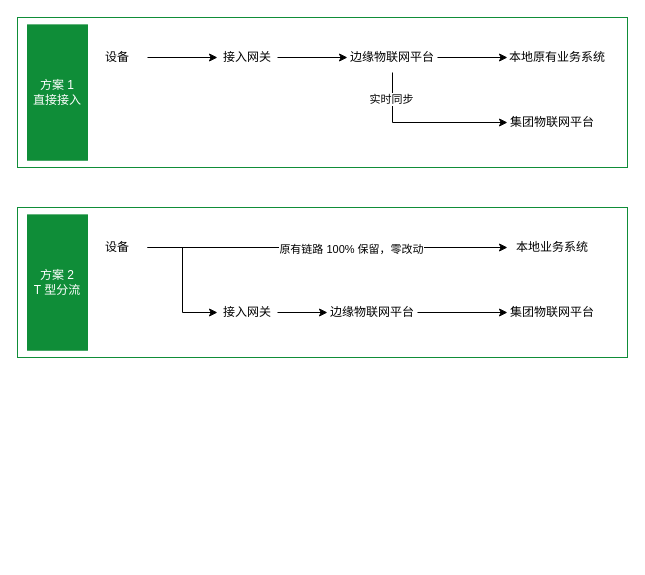
Before: 物联网平台数据接入方案.drawio in kerwin58/drawio, a draw.io diagram. Source tidied: cells renumbered, new cells numbered last; positions are measured from the earlier drawing's top-left corner, leaving out a move shared by most shapes. Both pictures are drawn from the tidied source at 100%, with x=0, y=0 at pixel (17, 17).
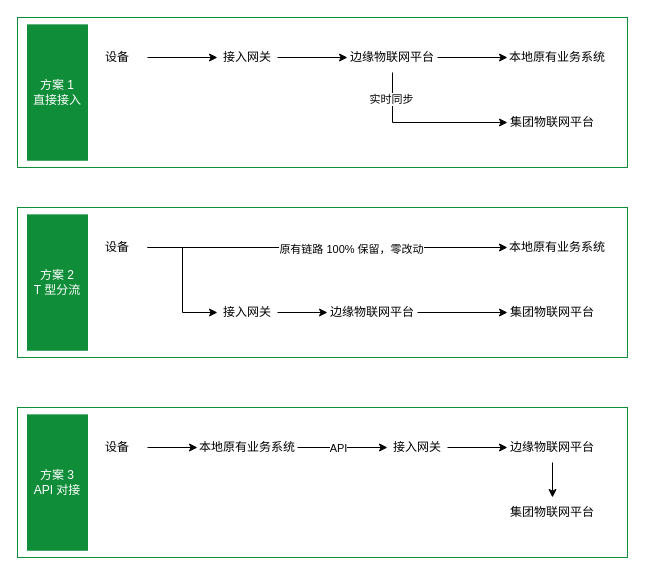
After the change.

Commit message (it also covers changes not shown here):
更新物联网平台数据接入方案.drawio

What changed in the source:
```diff
@@
-    <mxCell id="24" value="本地业务系统" style="text;html=1;whiteSpace=wrap;strokeColor=none;fillColor=none;align=center;verticalAlign=middle;rounded=0;" parent="1" vertex="1">
-      <mxGeometry x="490" y="215" width="90" height="30" as="geometry" />
+    <mxCell id="24" value="本地原有&lt;span style=&quot;background-color: transparent; color: light-dark(rgb(0, 0, 0), rgb(255, 255, 255));&quot;&gt;业务系统&lt;/span&gt;" style="text;html=1;whiteSpace=wrap;strokeColor=none;fillColor=none;align=center;verticalAlign=middle;rounded=0;" parent="1" vertex="1">
+      <mxGeometry x="490" y="215" width="100" height="30" as="geometry" />
     </mxCell>
@@
+    <mxCell id="26" style="rounded=0;whiteSpace=wrap;html=1;strokeColor=#0F8D38;" parent="1" vertex="1">
+      <mxGeometry y="390" width="610" height="150" as="geometry" />
+    </mxCell>
+    <mxCell id="27" value="方案 3&lt;br&gt;API 对接" style="rounded=0;whiteSpace=wrap;html=1;fillColor=#0F8D38;strokeColor=#0F8D38;fontColor=#FFFFFF;" parent="1" vertex="1">
+      <mxGeometry x="10" y="397.4" width="60" height="135.3" as="geometry" />
+    </mxCell>
+    <mxCell id="28" style="edgeStyle=orthogonalEdgeStyle;rounded=0;jettySize=auto;html=1;exitX=1;exitY=0.5;exitDx=0;exitDy=0;entryX=0;entryY=0.5;entryDx=0;entryDy=0;" parent="1" edge="1" source="29" target="36">
+      <mxGeometry relative="1" as="geometry" />
+    </mxCell>
+    <mxCell id="29" value="设备" style="text;html=1;whiteSpace=wrap;strokeColor=none;fillColor=none;align=center;verticalAlign=middle;rounded=0;" parent="1" vertex="1">
+      <mxGeometry x="70" y="415" width="60" height="30" as="geometry" />
+    </mxCell>
+    <mxCell id="30" style="edgeStyle=orthogonalEdgeStyle;rounded=0;jettySize=auto;html=1;" parent="1" edge="1" source="31" target="33">
+      <mxGeometry relative="1" as="geometry" />
+    </mxCell>
+    <mxCell id="31" value="接入网关" style="text;html=1;whiteSpace=wrap;strokeColor=none;fillColor=none;align=center;verticalAlign=middle;rounded=0;" parent="1" vertex="1">
+      <mxGeometry x="370" y="415" width="60" height="30" as="geometry" />
+    </mxCell>
+    <mxCell id="32" style="edgeStyle=orthogonalEdgeStyle;rounded=0;jettySize=auto;html=1;entryX=0.5;entryY=0;entryDx=0;entryDy=0;exitX=0.5;exitY=1;exitDx=0;exitDy=0;" parent="1" edge="1" source="33" target="37">
+      <mxGeometry relative="1" as="geometry" />
+    </mxCell>
+    <mxCell id="33" value="边缘物联网平台" style="text;html=1;whiteSpace=wrap;strokeColor=none;fillColor=none;align=center;verticalAlign=middle;rounded=0;" parent="1" vertex="1">
+      <mxGeometry x="490" y="415" width="90" height="30" as="geometry" />
+    </mxCell>
+    <mxCell id="34" style="edgeStyle=orthogonalEdgeStyle;rounded=0;jettySize=auto;html=1;entryX=0;entryY=0.5;entryDx=0;entryDy=0;" parent="1" edge="1" source="36" target="31">
+      <mxGeometry relative="1" as="geometry" />
+    </mxCell>
+    <mxCell id="35" value="API" style="edgeLabel;html=1;align=center;verticalAlign=middle;" parent="34" vertex="1">
+      <mxGeometry x="-0.11" y="-2" relative="1" as="geometry">
+        <mxPoint y="-2" as="offset" />
+      </mxGeometry>
+    </mxCell>
+    <mxCell id="36" value="本地原有业务系统" style="text;html=1;whiteSpace=wrap;strokeColor=none;fillColor=none;align=center;verticalAlign=middle;rounded=0;" parent="1" vertex="1">
+      <mxGeometry x="180" y="415" width="100" height="30" as="geometry" />
+    </mxCell>
+    <mxCell id="37" value="集团物联网平台" style="text;html=1;whiteSpace=wrap;strokeColor=none;fillColor=none;align=center;verticalAlign=middle;rounded=0;" parent="1" vertex="1">
+      <mxGeometry x="490" y="480" width="90" height="30" as="geometry" />
+    </mxCell>
```
